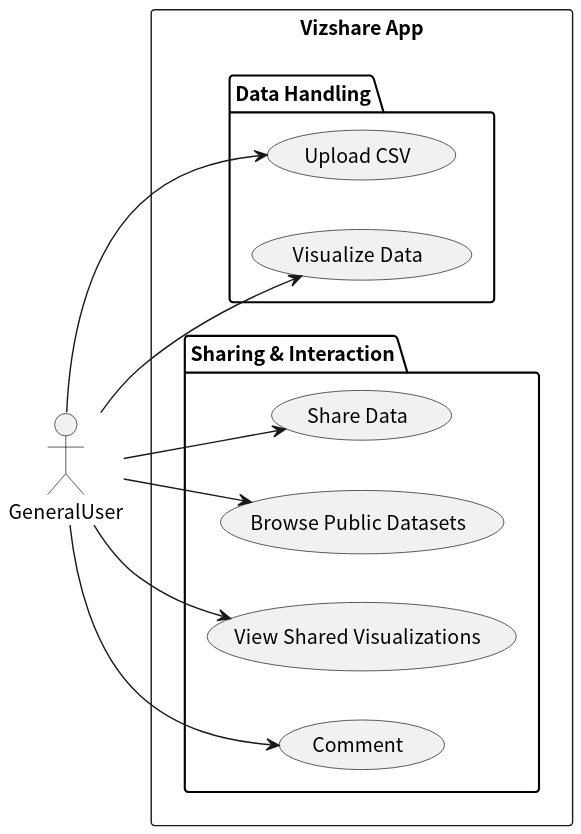
This is docs/usecase/usecase/vizshare_use.svg from tomoki-shiozaki/vizshare, a PlantUML export, as it was before one commit.
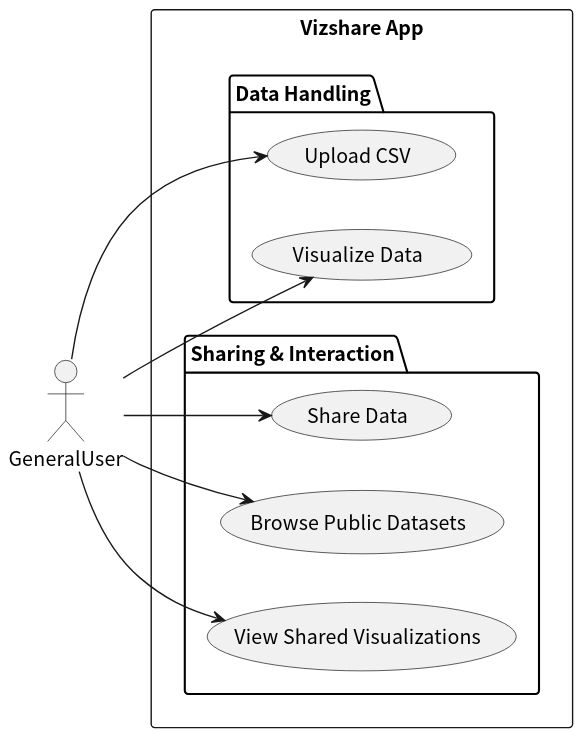
The same diagram one commit later.

Commit message:
docs(usecase): update usecase diagram

What changed in the source:
```diff
@@ -14,7 +14,6 @@
     (Share Data)
     (Browse Public Datasets)
     (View Shared Visualizations)
-    (Comment)
   }
 }
 
@@ -23,5 +22,4 @@
 generalUser --> (Share Data)
 generalUser --> (Browse Public Datasets)
 generalUser --> (View Shared Visualizations)
-generalUser --> (Comment)
 @enduml
```
